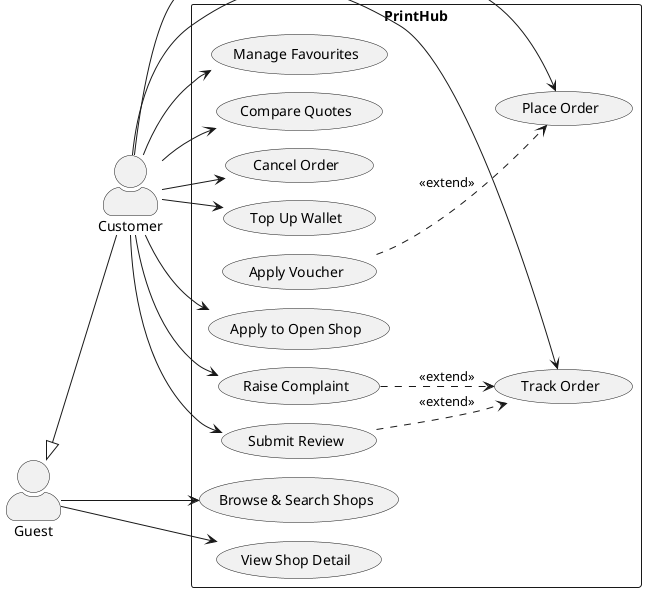
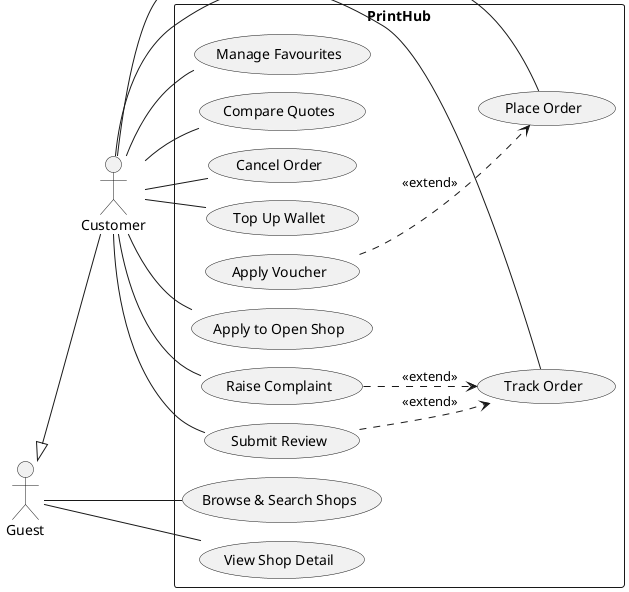
- ' Use case diagram — Customer (PlantUML).  Render at https://www.plantuml.com/plantuml
- ' Note the correct notation: include arrow points base -> included; extend arrow points extending -> base.
+ ' Use case diagram — Customer (PlantUML, Smetana).
+ ' Actors = default stick figures. Actor–use case = plain solid line (no arrowhead).
+ ' include/extend = dashed arrow; generalization = hollow-triangle arrow.
@startuml
!pragma layout smetana
left to right direction
- skinparam packageStyle rectangle
- skinparam actorStyle awesome

actor Guest as G
actor Customer as C
G <|-- C

rectangle PrintHub {
  usecase "Browse & Search Shops" as UC9
  usecase "View Shop Detail" as UC10
  usecase "Manage Favourites" as UC11
  usecase "Compare Quotes" as UC13
  usecase "Apply Voucher" as UC14
  usecase "Place Order" as UC15
  usecase "Track Order" as UC16
  usecase "Cancel Order" as UC17
  usecase "Top Up Wallet" as UC21
  usecase "Submit Review" as UC23
  usecase "Raise Complaint" as UC24
  usecase "Apply to Open Shop" as UC25
}

- G --> UC9
- G --> UC10
- C --> UC11
- C --> UC13
- C --> UC15
- C --> UC16
- C --> UC17
- C --> UC21
- C --> UC23
- C --> UC24
- C --> UC25
+ G -- UC9
+ G -- UC10
+ C -- UC11
+ C -- UC13
+ C -- UC15
+ C -- UC16
+ C -- UC17
+ C -- UC21
+ C -- UC23
+ C -- UC24
+ C -- UC25

UC14 ..> UC15 : <<extend>>
UC23 ..> UC16 : <<extend>>
UC24 ..> UC16 : <<extend>>
@enduml
